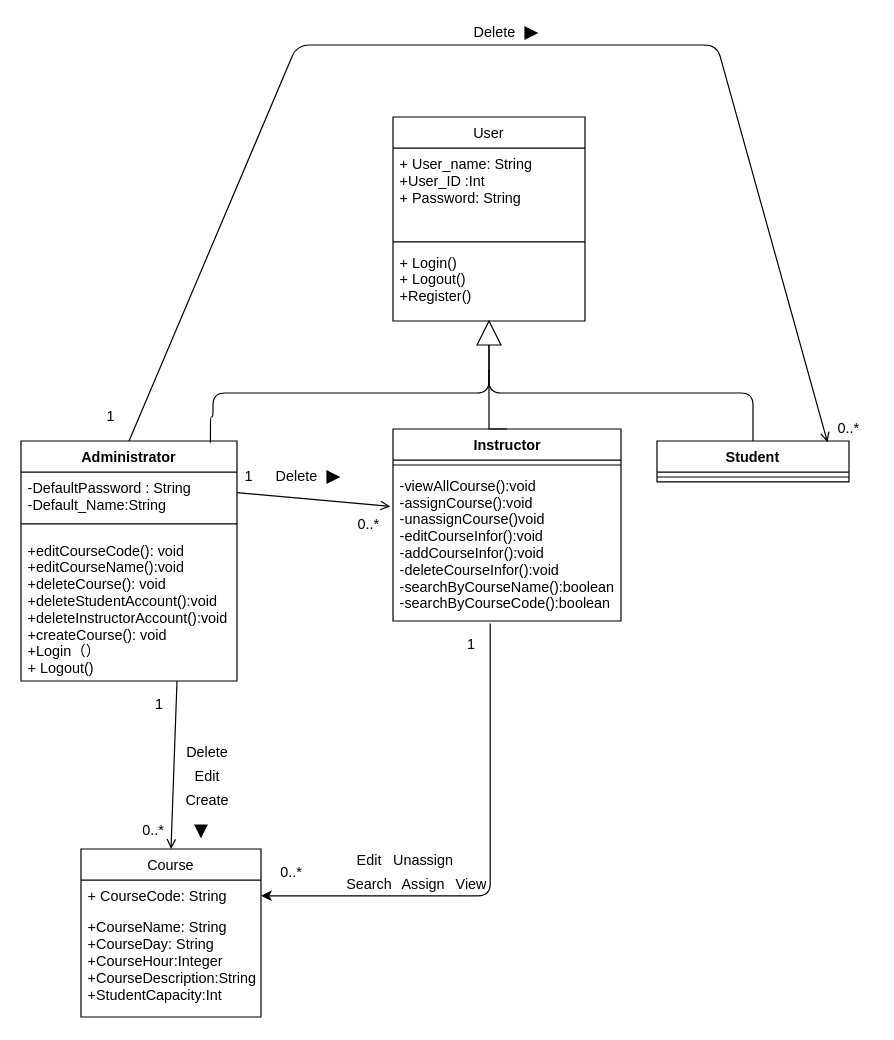
Above: SEG2105_Project.drawio in Ze-48346/SEG2105_Project_Work (draw.io), before the change. Source tidied: cells renumbered, new cells numbered last; positions are measured from the earlier drawing's top-left corner, leaving out a move shared by most shapes. Both pictures are drawn from the tidied source at 120%, with x=0, y=0 at pixel (20, 20).
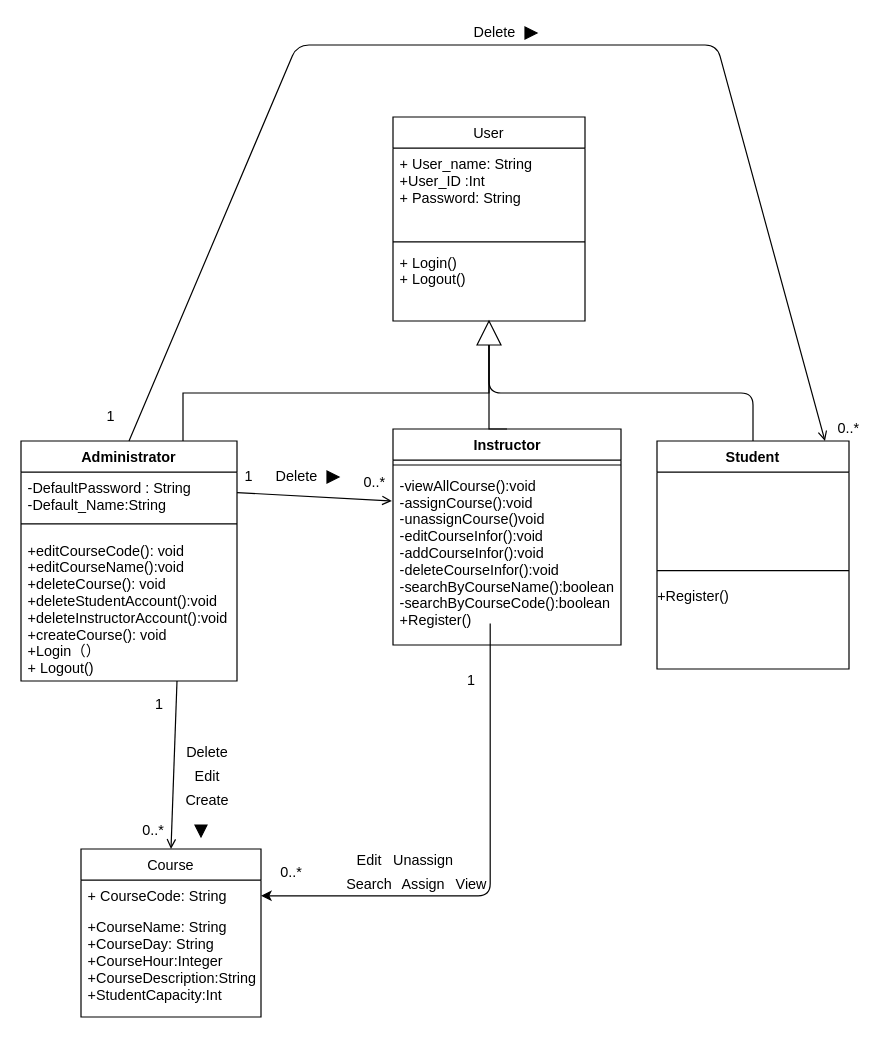
The same page after the edit.

Unchanged cells that the change refers to:
```xml
<mxCell id="2" value="User" style="swimlane;fontStyle=0;align=center;verticalAlign=top;horizontal=1;startSize=26;" parent="1" vertex="1">
  <mxGeometry x="310" y="80" width="160" height="170" as="geometry" />
</mxCell>
<mxCell id="6" value=" Administrator" style="swimlane;fontStyle=1;align=center;verticalAlign=top;horizontal=1;startSize=26;" parent="1" vertex="1">
  <mxGeometry y="350" width="180" height="200" as="geometry" />
</mxCell>
<mxCell id="7" value="-DefaultPassword : String&#10;-Default_Name:String&#10;" style="text;strokeColor=none;fillColor=none;align=left;verticalAlign=top;spacingLeft=4;spacingRight=4;overflow=hidden;points=[[0,0.5],[1,0.5]];portConstraint=eastwest;" parent="6" vertex="1">
  <mxGeometry y="26" width="180" height="34" as="geometry" />
</mxCell>
<mxCell id="27" value="0..*" style="text;html=1;strokeColor=none;fillColor=none;align=center;verticalAlign=middle;whiteSpace=wrap;rounded=0;" parent="1" vertex="1">
  <mxGeometry x="670" y="330" width="40" height="20" as="geometry" />
</mxCell>
<mxCell id="33" style="triangle;whiteSpace=wrap;html=1;rotation=-90;" parent="1" vertex="1">
  <mxGeometry x="380" y="250" width="20" height="20" as="geometry" />
</mxCell>
```

The edit, as a diff of the source:
```diff
@@
+    <mxCell id="47" style="edgeStyle=orthogonalEdgeStyle;rounded=0;jettySize=auto;html=1;entryX=0.75;entryY=0;entryDx=0;entryDy=0;startArrow=none;startFill=0;endArrow=none;endFill=0;" parent="1" edge="1" source="2" target="6">
+      <mxGeometry relative="1" as="geometry">
+        <Array as="points">
+          <mxPoint x="390" y="310" />
+          <mxPoint x="135" y="310" />
+        </Array>
+      </mxGeometry>
+    </mxCell>
@@
-    <mxCell id="5" value="+ Login()&#10;+ Logout()&#10;+Register()&#10;" style="text;strokeColor=none;fillColor=none;align=left;verticalAlign=top;spacingLeft=4;spacingRight=4;overflow=hidden;" parent="2" vertex="1">
+    <mxCell id="5" value="+ Login()&#10;+ Logout()&#10;&#10;" style="text;strokeColor=none;fillColor=none;align=left;verticalAlign=top;spacingLeft=4;spacingRight=4;overflow=hidden;" parent="2" vertex="1">
       <mxGeometry y="108" width="160" height="62" as="geometry" />
     </mxCell>
@@
     <mxCell id="10" value="Student" style="swimlane;fontStyle=1;align=center;verticalAlign=top;horizontal=1;startSize=26;" parent="1" vertex="1">
-      <mxGeometry x="530" y="350" width="160" height="34" as="geometry" />
+      <mxGeometry x="530" y="350" width="160" height="190" as="geometry" />
     </mxCell>
     <mxCell id="11" style="line;strokeWidth=1;fillColor=none;align=left;verticalAlign=middle;spacingTop=-1;spacingLeft=3;spacingRight=3;labelPosition=right;" parent="10" vertex="1">
-      <mxGeometry y="26" width="160" height="8" as="geometry" />
+      <mxGeometry y="26" width="160" height="164" as="geometry" />
     </mxCell>
-    <mxCell id="12" style="endArrow=none;html=1;edgeStyle=orthogonalEdgeStyle;entryX=0.5;entryY=0;entryDx=0;entryDy=0;exitX=0;exitY=0.5;exitDx=0;exitDy=0;" parent="1" edge="1" source="33" target="10">
-      <mxGeometry relative="1" as="geometry">
-        <Array as="points">
-          <mxPoint x="390" y="310" />
-          <mxPoint x="610" y="310" />
-        </Array>
-      </mxGeometry>
+    <mxCell id="12" style="endArrow=none;html=1;entryX=0.5;entryY=0;entryDx=0;entryDy=0;exitX=0;exitY=0.5;exitDx=0;exitDy=0;edgeStyle=orthogonalEdgeStyle;" parent="1" edge="1" source="33" target="10">
+      <mxGeometry relative="1" as="geometry" />
     </mxCell>
@@
-    <mxCell id="19" style="endArrow=open;html=1;entryX=-0.012;entryY=0.242;entryDx=0;entryDy=0;exitX=1;exitY=0.5;exitDx=0;exitDy=0;entryPerimeter=0;endFill=0;" parent="1" edge="1" source="7" target="37">
+    <mxCell id="19" style="endArrow=open;html=1;entryX=-0.005;entryY=0.178;entryDx=0;entryDy=0;exitX=1;exitY=0.5;exitDx=0;exitDy=0;entryPerimeter=0;endFill=0;" parent="1" edge="1" source="7" target="37">
       <mxGeometry relative="1" as="geometry" />
     </mxCell>
@@
     <mxCell id="22" value="0..*" style="text;html=1;strokeColor=none;fillColor=none;align=center;verticalAlign=middle;whiteSpace=wrap;rounded=0;" parent="1" vertex="1">
-      <mxGeometry x="270" y="410" width="40" height="20" as="geometry" />
+      <mxGeometry x="275" y="375" width="40" height="20" as="geometry" />
     </mxCell>
@@
-    <mxCell id="24" style="endArrow=open;html=1;exitX=0.5;exitY=0;exitDx=0;exitDy=0;entryX=0.888;entryY=0.029;entryDx=0;entryDy=0;entryPerimeter=0;endFill=0;" parent="1" edge="1" source="6" target="10">
+    <mxCell id="24" style="endArrow=open;html=1;exitX=0.5;exitY=0;exitDx=0;exitDy=0;entryX=0;entryY=1;entryDx=0;entryDy=0;endFill=0;" parent="1" edge="1" source="6" target="27">
       <mxGeometry relative="1" as="geometry">
         <Array as="points">
           <mxPoint x="230" y="20" />
           <mxPoint x="370" y="20" />
           <mxPoint x="580" y="20" />
         </Array>
       </mxGeometry>
     </mxCell>
@@
     <mxCell id="35" value="Instructor" style="swimlane;fontStyle=1;align=center;verticalAlign=top;horizontal=1;startSize=26;rounded=0;fillColor=none;gradientColor=none;html=1;" parent="1" vertex="1">
-      <mxGeometry x="310" y="340" width="190" height="160" as="geometry" />
+      <mxGeometry x="310" y="340" width="190" height="180" as="geometry" />
     </mxCell>
@@
-    <mxCell id="37" value="-viewAllCourse():void&#10;-assignCourse():void&#10;-unassignCourse()void&#10;-editCourseInfor():void&#10;-addCourseInfor():void&#10;-deleteCourseInfor():void&#10;-searchByCourseName():boolean&#10;-searchByCourseCode():boolean&#10;" style="text;strokeColor=none;fillColor=none;align=left;verticalAlign=top;spacingLeft=4;spacingRight=4;overflow=hidden;points=[[0,0.5],[1,0.5]];portConstraint=eastwest;" parent="35" vertex="1">
-      <mxGeometry y="34" width="190" height="126" as="geometry" />
+    <mxCell id="37" value="-viewAllCourse():void&#10;-assignCourse():void&#10;-unassignCourse()void&#10;-editCourseInfor():void&#10;-addCourseInfor():void&#10;-deleteCourseInfor():void&#10;-searchByCourseName():boolean&#10;-searchByCourseCode():boolean&#10;+Register()&#10;" style="text;strokeColor=none;fillColor=none;align=left;verticalAlign=top;spacingLeft=4;spacingRight=4;overflow=hidden;points=[[0,0.5],[1,0.5]];portConstraint=eastwest;" parent="35" vertex="1">
+      <mxGeometry y="34" width="190" height="146" as="geometry" />
     </mxCell>
@@
     <mxCell id="39" value="1" style="text;html=1;align=center;verticalAlign=middle;strokeColor=none;" parent="1" vertex="1">
-      <mxGeometry x="365" y="510" width="20" height="20" as="geometry" />
+      <mxGeometry x="365" y="540" width="20" height="20" as="geometry" />
     </mxCell>
@@
-    <mxCell id="46" style="endArrow=none;html=1;edgeStyle=orthogonalEdgeStyle;entryX=0.877;entryY=0.007;entryDx=0;entryDy=0;entryPerimeter=0;" parent="1" edge="1" target="6">
-      <mxGeometry relative="1" as="geometry">
-        <mxPoint x="390" y="290" as="sourcePoint" />
-        <Array as="points">
-          <mxPoint x="390" y="310" />
-          <mxPoint x="160" y="310" />
-          <mxPoint x="160" y="330" />
-          <mxPoint x="158" y="330" />
-        </Array>
-      </mxGeometry>
-    </mxCell>
+    <mxCell id="48" value="+Register()" style="text;html=1;align=center;verticalAlign=middle;strokeColor=none;" parent="1" vertex="1">
+      <mxGeometry x="525" y="470" width="70" height="20" as="geometry" />
+    </mxCell>
```
